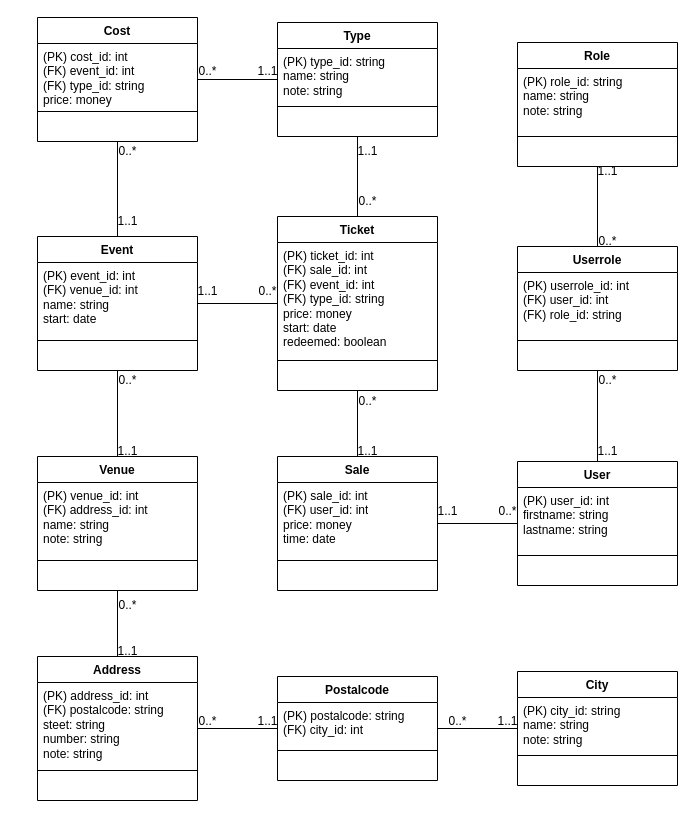
Above: resources/DB_TicketGuru.drawio in jaolim/TicketGuru (draw.io), before the change. Source tidied: cells renumbered, new cells numbered last; positions are measured from the earlier drawing's top-left corner, leaving out a move shared by most shapes. Both pictures are drawn from the tidied source at 100%, with x=0, y=0 at pixel (37, 17).
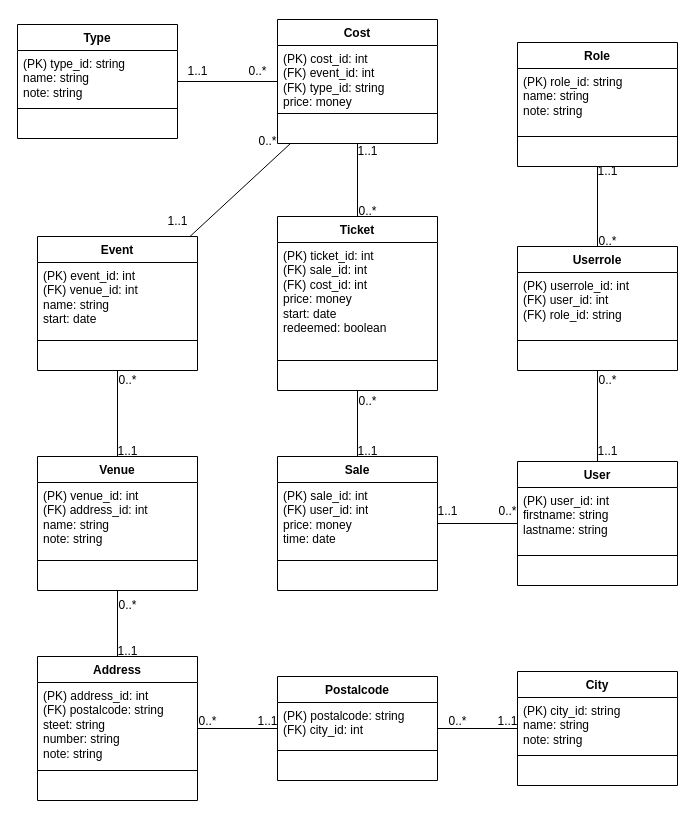
Above is the later version.

Commit message (it also covers changes not shown here):
Tietokanta mallinnettu uudelleen poistaen looppaava relaatio

Unchanged cells that the change refers to:
```xml
<mxCell id="2" value="Ticket" style="swimlane;fontStyle=1;align=center;verticalAlign=top;horizontal=1;startSize=26;whiteSpace=wrap;html=1;" parent="1" vertex="1">
  <mxGeometry x="240" y="199" width="160" height="174" as="geometry" />
</mxCell>
<mxCell id="22" value="Event" style="swimlane;fontStyle=1;align=center;verticalAlign=top;horizontal=1;startSize=26;whiteSpace=wrap;html=1;" parent="1" vertex="1">
  <mxGeometry y="219" width="160" height="134" as="geometry" />
</mxCell>
```

What changed in the source:
```diff
@@
-    <mxCell id="3" value="(PK) ticket_id: int&lt;div&gt;(FK) sale_id: int&lt;br&gt;&lt;div&gt;(FK) event_id: int&lt;/div&gt;&lt;div&gt;(FK) type_id: string&lt;/div&gt;&lt;div&gt;price: money&lt;/div&gt;&lt;div&gt;start: date&lt;/div&gt;&lt;div&gt;redeemed: boolean&lt;br&gt;&lt;div&gt;&lt;br&gt;&lt;/div&gt;&lt;/div&gt;&lt;/div&gt;" style="text;strokeColor=none;fillColor=none;align=left;verticalAlign=top;spacingLeft=4;spacingRight=4;overflow=hidden;whiteSpace=wrap;html=1;" parent="2" vertex="1">
+    <mxCell id="3" value="(PK) ticket_id: int&lt;div&gt;(FK) sale_id: int&lt;br&gt;&lt;div&gt;(FK) cost_id: int&lt;/div&gt;&lt;div&gt;price: money&lt;/div&gt;&lt;div&gt;start: date&lt;/div&gt;&lt;div&gt;redeemed: boolean&lt;br&gt;&lt;div&gt;&lt;br&gt;&lt;/div&gt;&lt;/div&gt;&lt;/div&gt;" style="text;strokeColor=none;fillColor=none;align=left;verticalAlign=top;spacingLeft=4;spacingRight=4;overflow=hidden;whiteSpace=wrap;html=1;" parent="2" vertex="1">
       <mxGeometry y="26" width="160" height="114" as="geometry" />
     </mxCell>
@@
-    <mxCell id="43" style="endArrow=none;html=1;rounded=0;" parent="1" edge="1" source="2" target="22">
-      <mxGeometry relative="1" as="geometry" />
-    </mxCell>
@@
     <mxCell id="51" value="Cost" style="swimlane;fontStyle=1;align=center;verticalAlign=top;horizontal=1;startSize=26;whiteSpace=wrap;html=1;" parent="1" vertex="1">
-      <mxGeometry width="160" height="124" as="geometry" />
+      <mxGeometry x="240" y="2" width="160" height="124" as="geometry" />
     </mxCell>
@@
     <mxCell id="58" value="1..1" style="text;html=1;align=center;verticalAlign=middle;strokeColor=none;fillColor=none;" parent="1" vertex="1">
-      <mxGeometry x="70" y="189" width="40" height="30" as="geometry" />
+      <mxGeometry x="120" y="189" width="40" height="30" as="geometry" />
     </mxCell>
     <mxCell id="59" value="0..*" style="text;html=1;align=center;verticalAlign=middle;strokeColor=none;fillColor=none;" parent="1" vertex="1">
-      <mxGeometry x="70" y="119" width="40" height="30" as="geometry" />
+      <mxGeometry x="210" y="109" width="40" height="30" as="geometry" />
     </mxCell>
-    <mxCell id="60" value="0..*" style="text;html=1;align=center;verticalAlign=middle;strokeColor=none;fillColor=none;" parent="1" vertex="1">
-      <mxGeometry x="210" y="259" width="40" height="30" as="geometry" />
-    </mxCell>
-    <mxCell id="61" value="1..1" style="text;html=1;align=center;verticalAlign=middle;strokeColor=none;fillColor=none;" parent="1" vertex="1">
-      <mxGeometry x="150" y="259" width="40" height="30" as="geometry" />
-    </mxCell>
@@
     <mxCell id="76" value="Type" style="swimlane;fontStyle=1;align=center;verticalAlign=top;horizontal=1;startSize=26;whiteSpace=wrap;html=1;" parent="1" vertex="1">
-      <mxGeometry x="240" y="5" width="160" height="114" as="geometry" />
+      <mxGeometry x="-20" y="7" width="160" height="114" as="geometry" />
     </mxCell>
@@
-    <mxCell id="80" style="endArrow=none;html=1;rounded=0;" parent="1" edge="1" source="2" target="76">
+    <mxCell id="80" style="endArrow=none;html=1;rounded=0;" parent="1" edge="1" source="51" target="76">
       <mxGeometry relative="1" as="geometry" />
     </mxCell>
@@
     <mxCell id="82" value="0..*" style="text;html=1;align=center;verticalAlign=middle;strokeColor=none;fillColor=none;" parent="1" vertex="1">
-      <mxGeometry x="310" y="169" width="40" height="30" as="geometry" />
+      <mxGeometry x="310" y="179" width="40" height="30" as="geometry" />
     </mxCell>
-    <mxCell id="83" style="endArrow=none;html=1;rounded=0;" parent="1" edge="1" source="51" target="76">
+    <mxCell id="83" style="endArrow=none;html=1;rounded=0;" parent="1" edge="1" source="51" target="2">
       <mxGeometry relative="1" as="geometry" />
     </mxCell>
-    <mxCell id="84" value="1..1" style="text;html=1;align=center;verticalAlign=middle;strokeColor=none;fillColor=none;" parent="1" vertex="1">
-      <mxGeometry x="210" y="39" width="40" height="30" as="geometry" />
-    </mxCell>
-    <mxCell id="85" value="0..*" style="text;html=1;align=center;verticalAlign=middle;strokeColor=none;fillColor=none;" parent="1" vertex="1">
-      <mxGeometry x="150" y="39" width="40" height="30" as="geometry" />
-    </mxCell>
+    <mxCell id="86" value="0..*" style="text;html=1;align=center;verticalAlign=middle;strokeColor=none;fillColor=none;" parent="1" vertex="1">
+      <mxGeometry x="200" y="39" width="40" height="30" as="geometry" />
+    </mxCell>
+    <mxCell id="87" value="1..1" style="text;html=1;align=center;verticalAlign=middle;strokeColor=none;fillColor=none;" parent="1" vertex="1">
+      <mxGeometry x="140" y="39" width="40" height="30" as="geometry" />
+    </mxCell>
```
